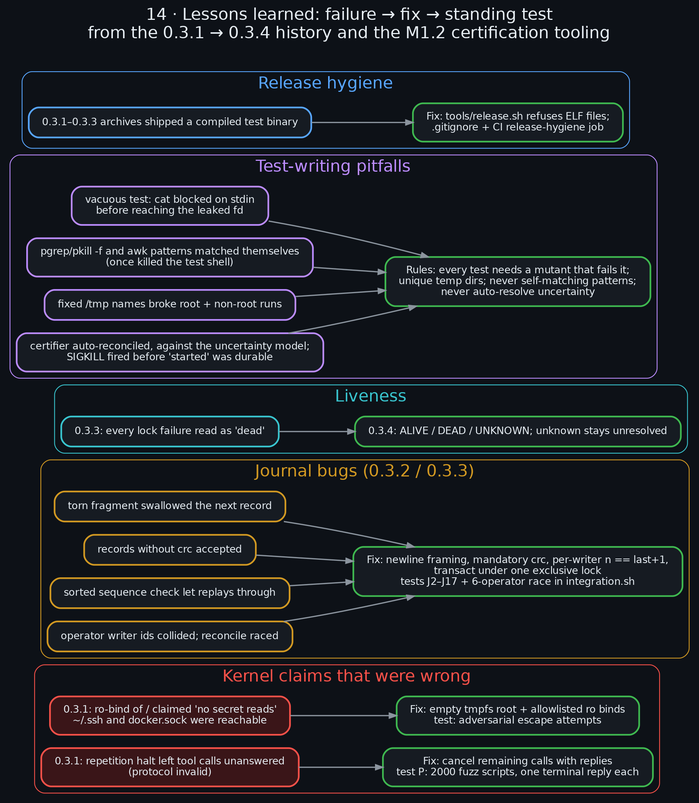
danindiana/malyutka keeps this Graphviz diagram as docs/diagrams/14_lessons_learned.png. Above is the earlier version. Its source is kept beside it as docs/diagrams/14_lessons_learned.dot.
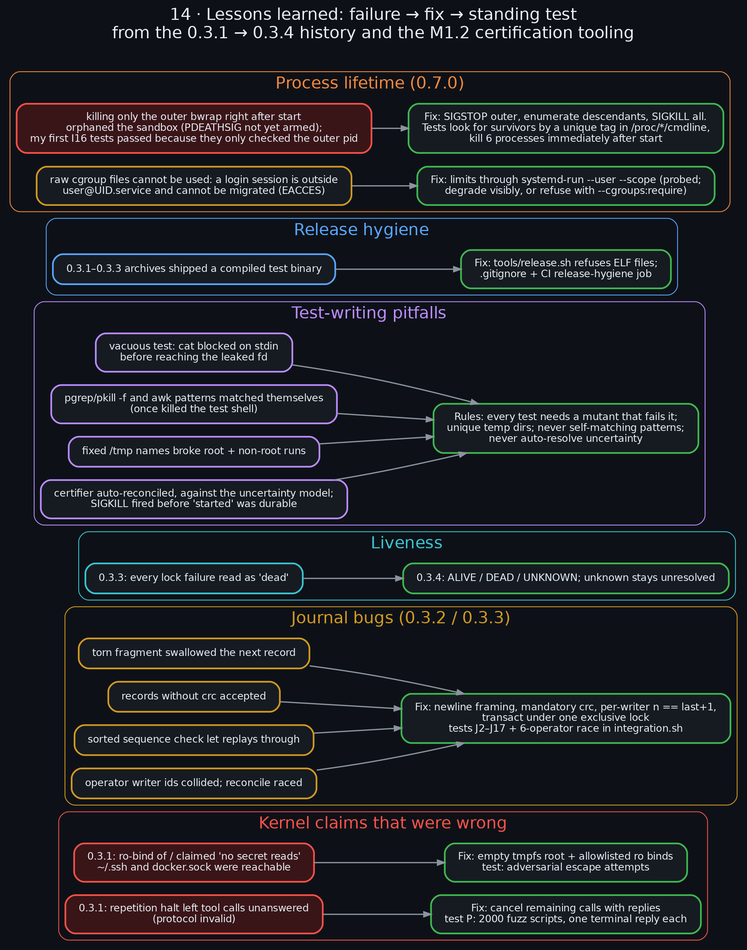
After the change.

Diff of the diagram source:
```diff
@@ -32,4 +32,10 @@
       r1 [label="0.3.1–0.3.3 archives shipped a compiled test binary", color="#58a6ff"];
       rf [label="Fix: tools/release.sh refuses ELF files;\n.gitignore + CI release-hygiene job", color="#3fb950"];
       r1 -> rf; }
+    subgraph cluster_p { label="Process lifetime (0.7.0)"; fontcolor="#f0883e"; color="#f0883e"; style="rounded";
+      p1 [label="killing only the outer bwrap right after start\norphaned the sandbox (PDEATHSIG not yet armed);\nmy first I16 tests passed because they only checked the outer pid", color="#f85149", fillcolor="#3a1518"];
+      pf [label="Fix: SIGSTOP outer, enumerate descendants, SIGKILL all.\nTests look for survivors by a unique tag in /proc/*/cmdline,\nkill 6 processes immediately after start", color="#3fb950"];
+      p2 [label="raw cgroup files cannot be used: a login session is outside\nuser@UID.service and cannot be migrated (EACCES)", color="#d29922"];
+      p2f [label="Fix: limits through systemd-run --user --scope (probed;\ndegrade visibly, or refuse with --cgroups:require)", color="#3fb950"];
+      p1 -> pf; p2 -> p2f; }
 }
```
